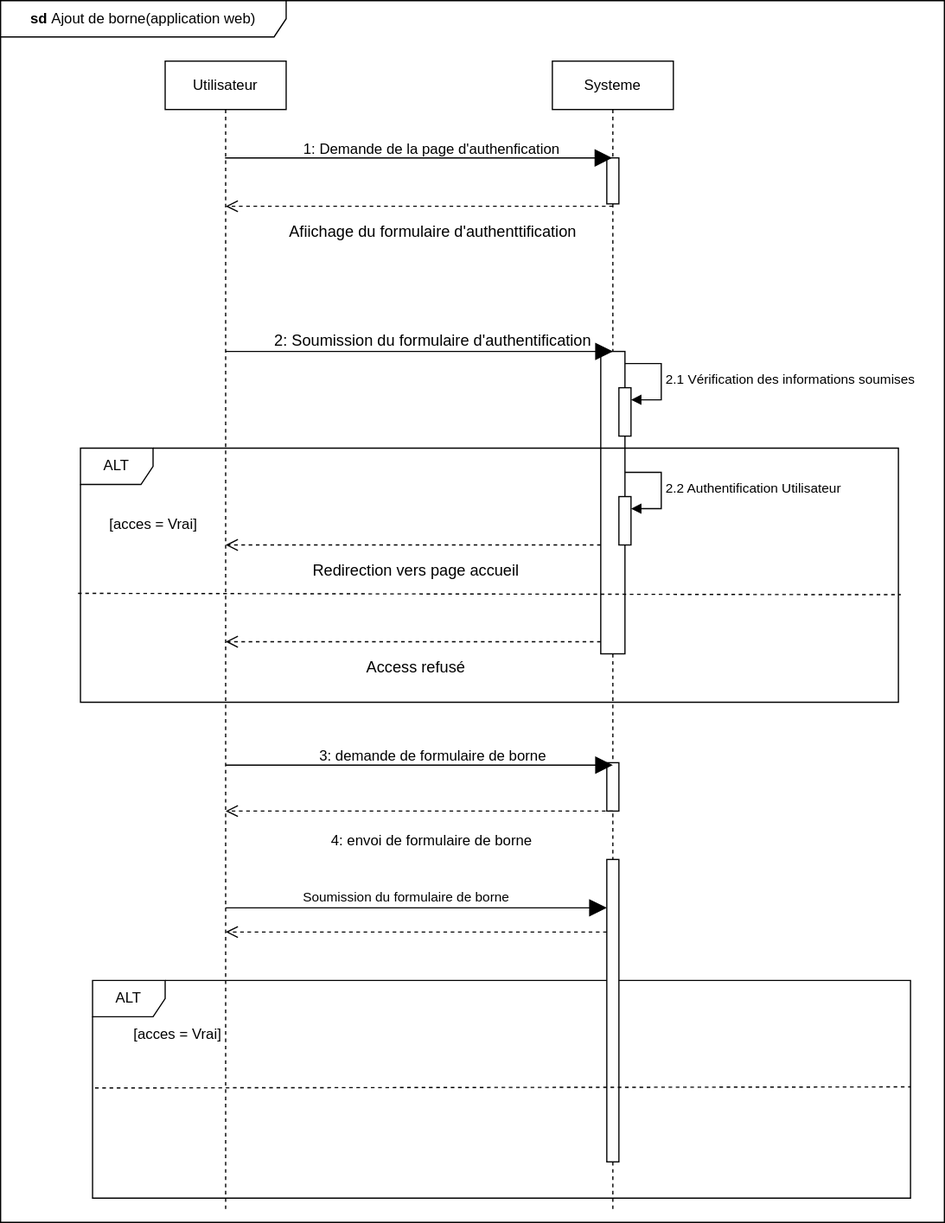
Before: static/Diagramme de séquence ajout de borne dans flask .drawio.svg, a diagram exported from draw.io (Siluearsene/borne_biometrique). Source tidied: cells renumbered, new cells last; positions are measured from the earlier drawing's top-left corner, leaving out a move shared by most shapes.
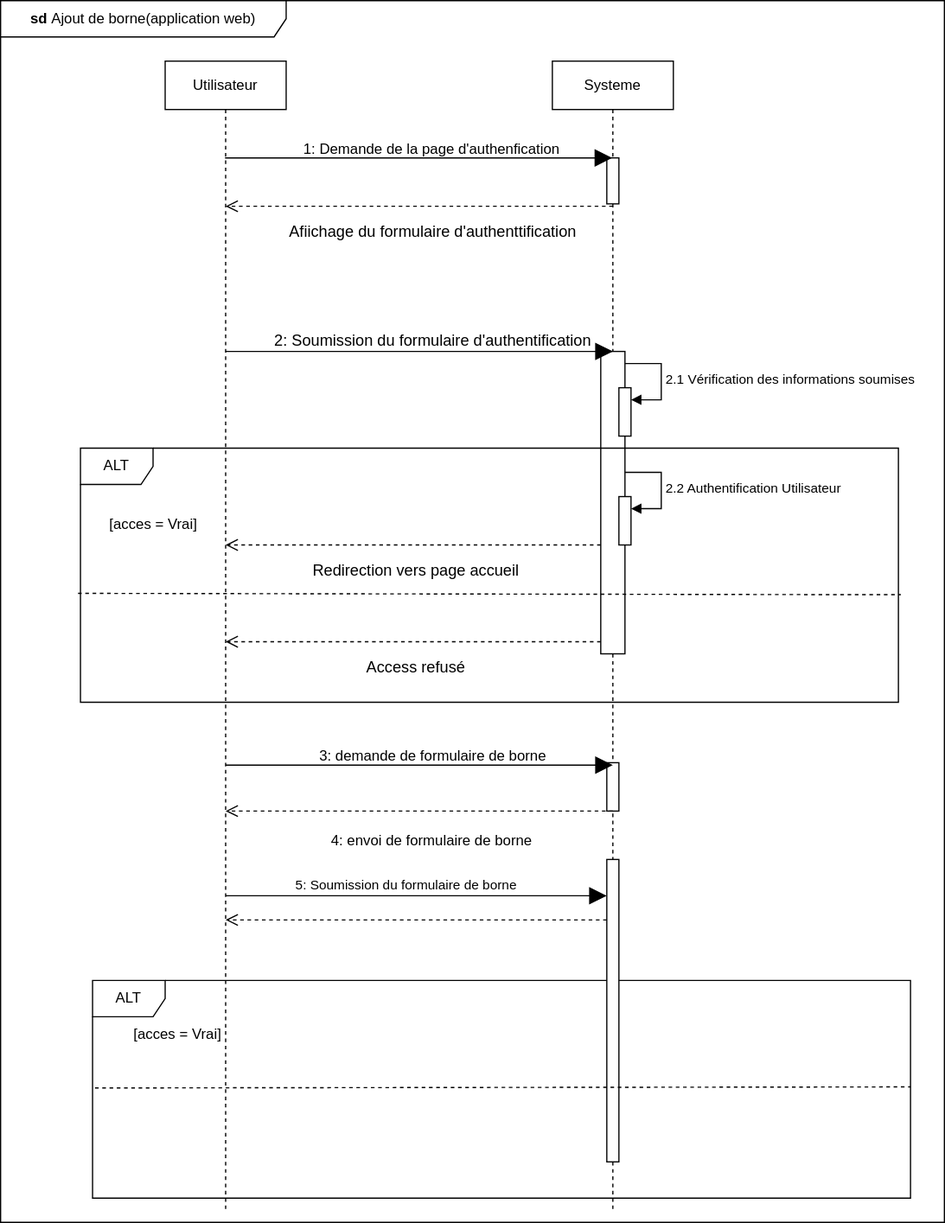
Later version of the same file.

Commit message:
Mettre à jour Diagramme de séquence ajout de borne dans flask .drawio.svg

Change to the diagram source:
```diff
@@ -136,12 +136,13 @@
         </Array>
       </mxGeometry>
     </mxCell>
-    <mxCell id="28" style="endArrow=block;endFill=1;endSize=12;html=1;rounded=0;" parent="1" edge="1" target="32">
+    <mxCell id="28" style="endArrow=block;endFill=1;endSize=12;html=1;rounded=0;" parent="1" edge="1">
       <mxGeometry relative="1" as="geometry">
-        <mxPoint x="186" y="750" as="sourcePoint" />
+        <mxPoint x="186" y="740" as="sourcePoint" />
+        <mxPoint x="501" y="740" as="targetPoint" />
       </mxGeometry>
     </mxCell>
-    <mxCell id="29" value="Soumission du formulaire de borne" style="edgeLabel;html=1;align=center;verticalAlign=middle;" parent="28" vertex="1">
+    <mxCell id="29" value="5: Soumission du formulaire de borne" style="edgeLabel;html=1;align=center;verticalAlign=middle;" parent="28" vertex="1">
       <mxGeometry x="-0.06" y="2" relative="1" as="geometry">
         <mxPoint y="-8" as="offset" />
       </mxGeometry>
@@ -163,10 +164,10 @@
     </mxCell>
     <mxCell id="35" style="html=1;verticalAlign=bottom;endArrow=open;dashed=1;endSize=8;edgeStyle=elbowEdgeStyle;elbow=vertical;curved=0;rounded=0;" parent="1" edge="1">
       <mxGeometry relative="1" as="geometry">
-        <mxPoint x="501" y="770" as="sourcePoint" />
-        <mxPoint x="186" y="770" as="targetPoint" />
+        <mxPoint x="501" y="760" as="sourcePoint" />
+        <mxPoint x="186" y="760" as="targetPoint" />
         <Array as="points">
-          <mxPoint x="342.5" y="770" />
+          <mxPoint x="342.5" y="760" />
         </Array>
       </mxGeometry>
     </mxCell>
```
